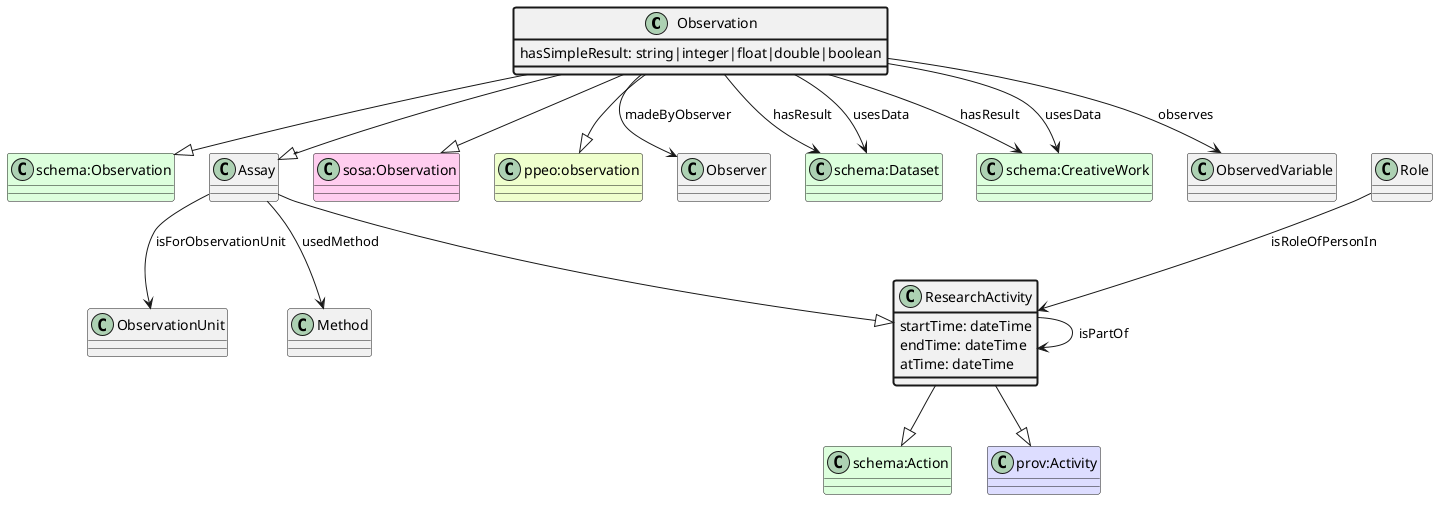
The PlantUML diagram ttl_uml/ttl_appn_Observation.png in aus-plant-phenomics-network/appn-schema, before a commit.
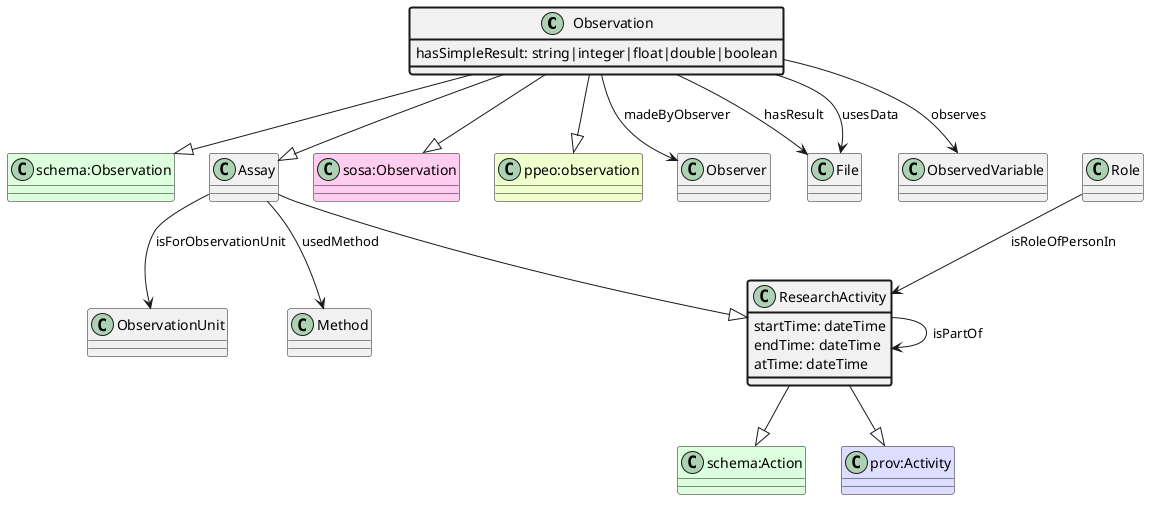
Above is the later version.

What changed in the source:
```diff
@@ -16,17 +16,13 @@
 Observation --|> "ppeo:observation"
 class Observer
 Observation --> Observer : madeByObserver
-class "schema:Dataset" #DDFFDD
-Observation --> "schema:Dataset" : hasResult
-class "schema:CreativeWork" #DDFFDD
-Observation --> "schema:CreativeWork" : hasResult
+class File
+Observation --> File : hasResult
 class Observation #line.bold {
     hasSimpleResult: string|integer|float|double|boolean
 }
-class "schema:Dataset" #DDFFDD
-Observation --> "schema:Dataset" : usesData
-class "schema:CreativeWork" #DDFFDD
-Observation --> "schema:CreativeWork" : usesData
+class File
+Observation --> File : usesData
 class ObservedVariable
 Observation --> ObservedVariable : observes
 class ObservationUnit
```
